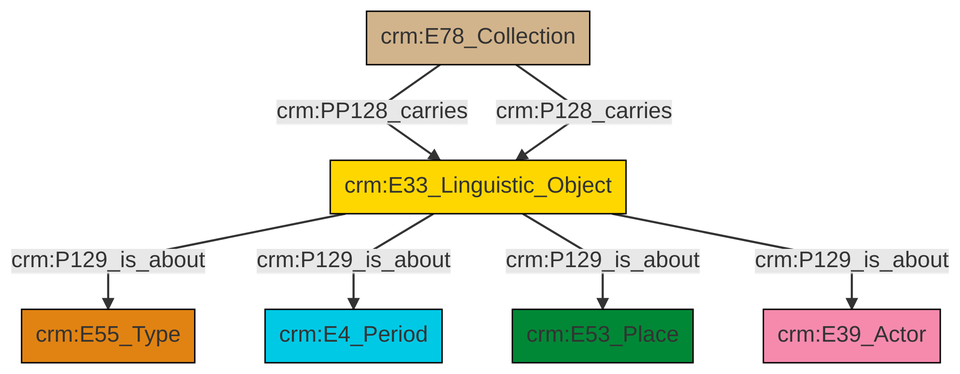
This is et/archivalCSV/ttl/mmd/png/archival_aboutness.png from swiss-art-research-net/docs.swissartresearch, a Mermaid export, as it was before one commit. Its source is kept beside it as et/archivalCSV/ttl/mmd/archival_aboutness.ttl.mmd.
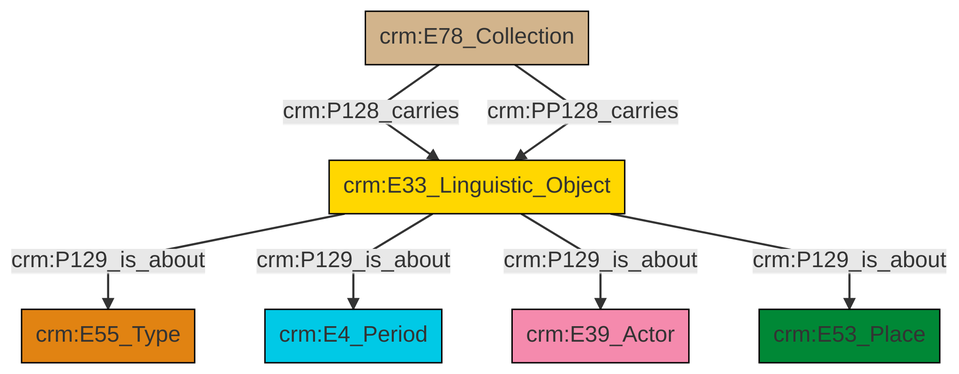
After the change.

Change to the diagram source:
```diff
@@ -13,9 +13,9 @@
 classDef PC_Classes fill:#4ce600, stroke:#000000;
 classDef Multi fill:#cccccc,stroke:#000000;
 
-4["crm:E78_Collection"]:::Physical_Thing -->|crm:PP128_carries| 5["crm:E33_Linguistic_Object"]:::Conceptual_Object
-5["crm:E33_Linguistic_Object"]:::Conceptual_Object -->|crm:P129_is_about| 7["crm:E55_Type"]:::Type
-4["crm:E78_Collection"]:::Physical_Thing -->|crm:P128_carries| 5["crm:E33_Linguistic_Object"]:::Conceptual_Object
-5["crm:E33_Linguistic_Object"]:::Conceptual_Object -->|crm:P129_is_about| 9["crm:E4_Period"]:::Temporal_Entity
-5["crm:E33_Linguistic_Object"]:::Conceptual_Object -->|crm:P129_is_about| 2["crm:E53_Place"]:::Place
-5["crm:E33_Linguistic_Object"]:::Conceptual_Object -->|crm:P129_is_about| 0["crm:E39_Actor"]:::Actor
+0["crm:E33_Linguistic_Object"]:::Conceptual_Object -->|crm:P129_is_about| 1["crm:E55_Type"]:::Type
+0["crm:E33_Linguistic_Object"]:::Conceptual_Object -->|crm:P129_is_about| 2["crm:E4_Period"]:::Temporal_Entity
+3["crm:E78_Collection"]:::Physical_Thing -->|crm:P128_carries| 0["crm:E33_Linguistic_Object"]:::Conceptual_Object
+3["crm:E78_Collection"]:::Physical_Thing -->|crm:PP128_carries| 0["crm:E33_Linguistic_Object"]:::Conceptual_Object
+0["crm:E33_Linguistic_Object"]:::Conceptual_Object -->|crm:P129_is_about| 5["crm:E39_Actor"]:::Actor
+0["crm:E33_Linguistic_Object"]:::Conceptual_Object -->|crm:P129_is_about| 10["crm:E53_Place"]:::Place
```
